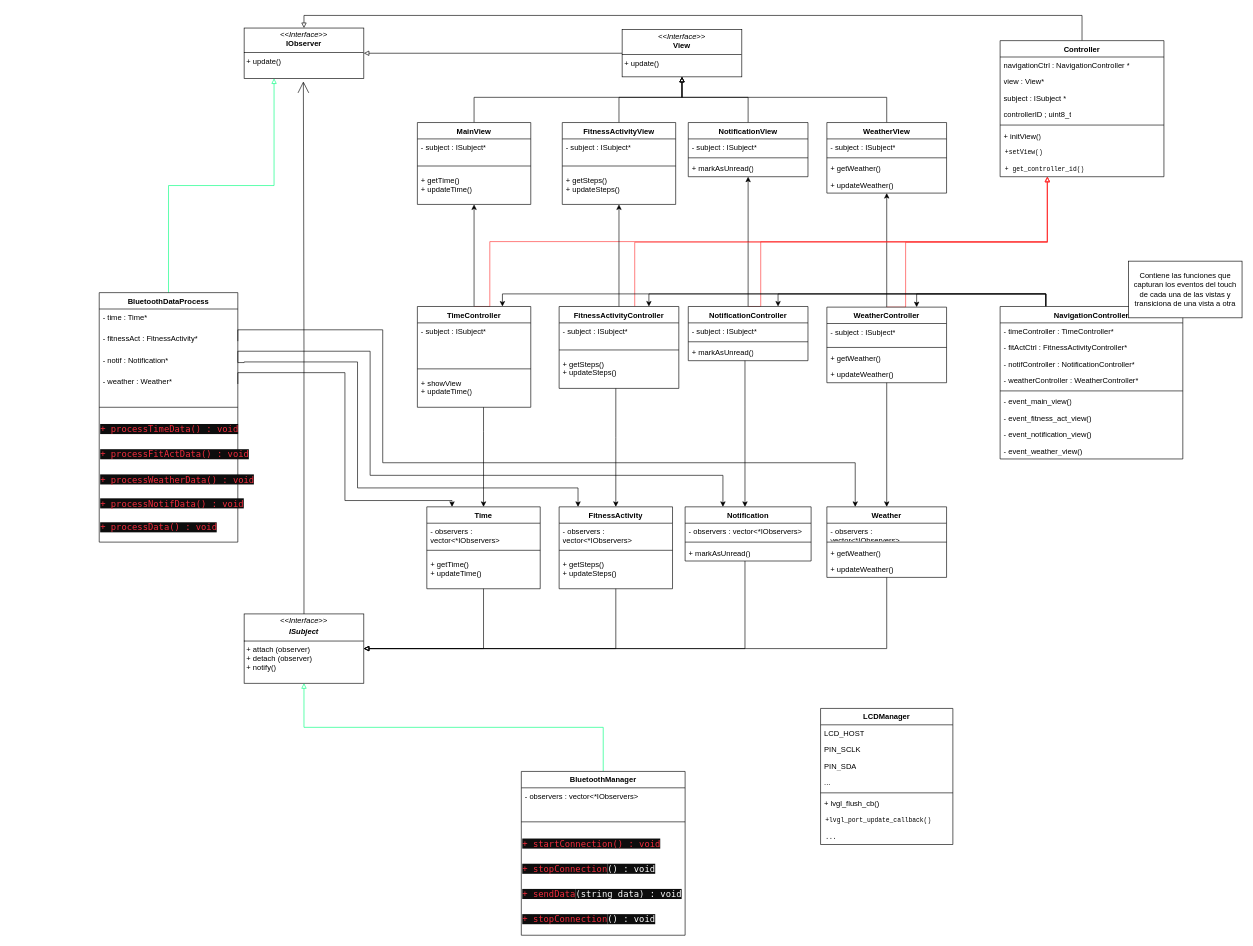
Earlier version of the draw.io diagram docs/class_diagram.drawio (aaron0990/SmartWatch). Source tidied: cells renumbered, new cells numbered last; positions are measured from the earlier drawing's top-left corner, leaving out a move shared by most shapes. Both pictures are drawn from the tidied source at 63%, with x=0, y=0 at pixel (99, 28).
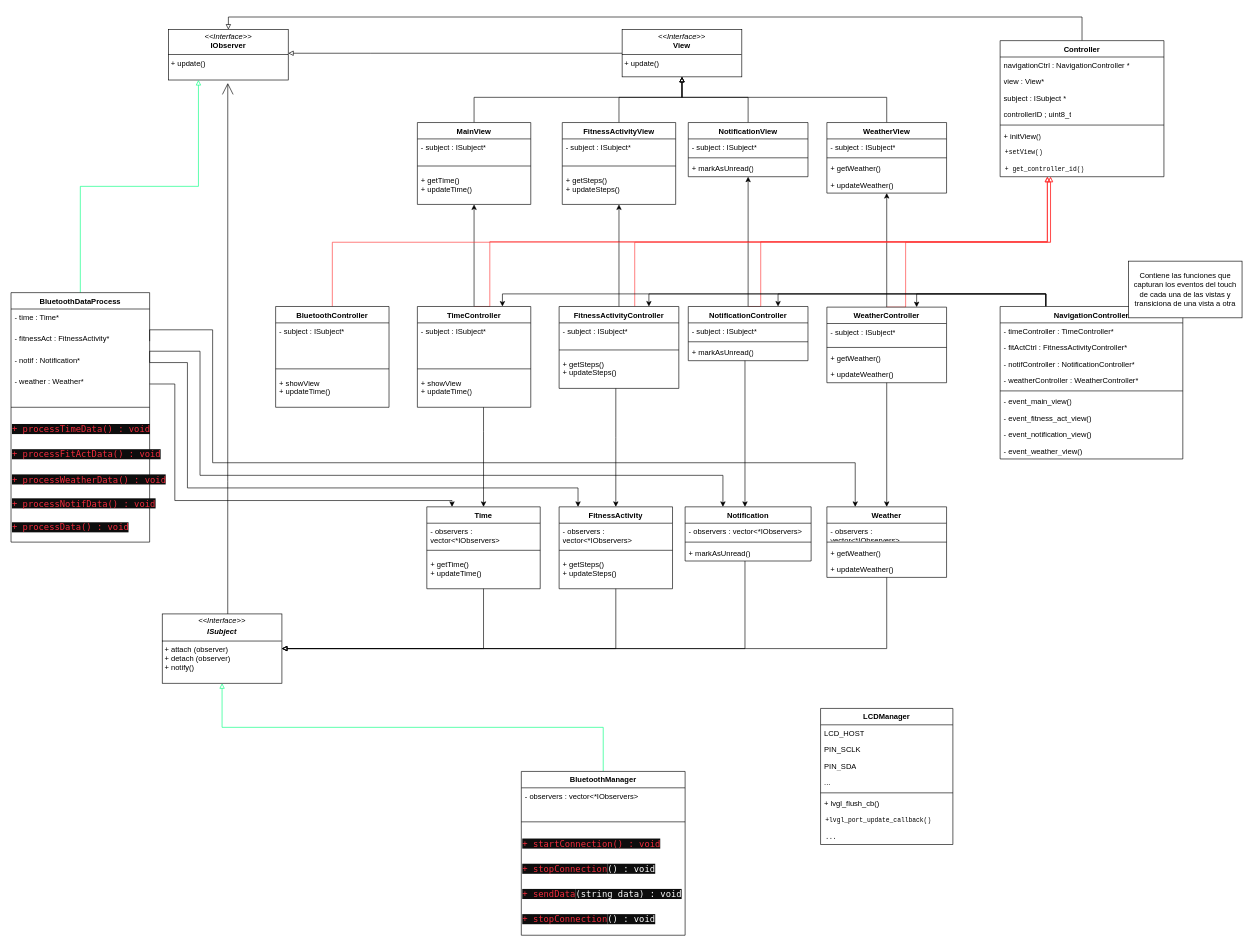
The same page after the edit.

The change refers to these unchanged cells:
```xml
<mxCell id="6" value="Time" style="swimlane;fontStyle=1;align=center;verticalAlign=top;horizontal=1;startSize=26;whiteSpace=wrap;html=1;" parent="1" vertex="1">
  <mxGeometry x="520" y="760" width="180" height="130" as="geometry" />
</mxCell>
<mxCell id="11" value="Weather" style="swimlane;fontStyle=1;align=center;verticalAlign=top;horizontal=1;startSize=26;whiteSpace=wrap;html=1;" parent="1" vertex="1">
  <mxGeometry x="1155" y="760" width="190" height="112" as="geometry" />
</mxCell>
<mxCell id="17" value="Notification" style="swimlane;fontStyle=1;align=center;verticalAlign=top;horizontal=1;startSize=26;whiteSpace=wrap;html=1;" parent="1" vertex="1">
  <mxGeometry x="930" y="760" width="200" height="86" as="geometry" />
</mxCell>
<mxCell id="22" value="FitnessActivity" style="swimlane;fontStyle=1;align=center;verticalAlign=top;horizontal=1;startSize=26;whiteSpace=wrap;html=1;" parent="1" vertex="1">
  <mxGeometry x="730" y="760" width="180" height="130" as="geometry" />
</mxCell>
<mxCell id="27" value="&lt;p style=&quot;margin:0px;margin-top:4px;text-align:center;&quot;&gt;&lt;i&gt;&amp;lt;&amp;lt;Interface&amp;gt;&amp;gt;&lt;/i&gt;&lt;br&gt;&lt;b&gt;View&lt;/b&gt;&lt;/p&gt;&lt;hr size=&quot;1&quot; style=&quot;border-style:solid;&quot;&gt;&lt;p style=&quot;margin:0px;margin-left:4px;&quot;&gt;&lt;span style=&quot;background-color: initial;&quot;&gt;+ update()&lt;/span&gt;&lt;br&gt;&lt;/p&gt;" style="verticalAlign=top;align=left;overflow=fill;html=1;whiteSpace=wrap;" parent="1" vertex="1">
  <mxGeometry x="830" y="2.5" width="190" height="75" as="geometry" />
</mxCell>
<mxCell id="74" value="FitnessActivityController" style="swimlane;fontStyle=1;align=center;verticalAlign=top;horizontal=1;startSize=26;whiteSpace=wrap;html=1;" parent="1" vertex="1">
  <mxGeometry x="730" y="442" width="190" height="130" as="geometry" />
</mxCell>
<mxCell id="81" value="- fitnessAct : FitnessActivity*" style="text;strokeColor=none;fillColor=none;align=left;verticalAlign=top;spacingLeft=4;spacingRight=4;overflow=hidden;points=[[0,0.5],[1,0.5]];portConstraint=eastwest;whiteSpace=wrap;html=1;" parent="79" vertex="1">
  <mxGeometry y="60" width="220" height="34" as="geometry" />
</mxCell>
<mxCell id="82" value="- notif : Notification*" style="text;strokeColor=none;fillColor=none;align=left;verticalAlign=top;spacingLeft=4;spacingRight=4;overflow=hidden;points=[[0,0.5],[1,0.5]];portConstraint=eastwest;whiteSpace=wrap;html=1;" parent="79" vertex="1">
  <mxGeometry y="94" width="220" height="34" as="geometry" />
</mxCell>
<mxCell id="83" value="- weather : Weather*" style="text;strokeColor=none;fillColor=none;align=left;verticalAlign=top;spacingLeft=4;spacingRight=4;overflow=hidden;points=[[0,0.5],[1,0.5]];portConstraint=eastwest;whiteSpace=wrap;html=1;" parent="79" vertex="1">
  <mxGeometry y="128" width="220" height="34" as="geometry" />
</mxCell>
<mxCell id="115" value="Controller" style="swimlane;fontStyle=1;align=center;verticalAlign=top;horizontal=1;startSize=26;whiteSpace=wrap;html=1;" parent="1" vertex="1">
  <mxGeometry x="1430" y="20" width="260" height="216" as="geometry" />
</mxCell>
```

Diff of the diagram source:
```diff
@@
     <mxCell id="2" value="&lt;p style=&quot;margin:0px;margin-top:4px;text-align:center;&quot;&gt;&lt;i&gt;&amp;lt;&amp;lt;Interface&amp;gt;&amp;gt;&lt;/i&gt;&lt;br&gt;&lt;b&gt;IObserver&lt;/b&gt;&lt;/p&gt;&lt;hr size=&quot;1&quot; style=&quot;border-style:solid;&quot;&gt;&lt;p style=&quot;margin:0px;margin-left:4px;&quot;&gt;&lt;span style=&quot;background-color: initial;&quot;&gt;+ update()&lt;/span&gt;&lt;br&gt;&lt;/p&gt;" style="verticalAlign=top;align=left;overflow=fill;html=1;whiteSpace=wrap;" parent="1" vertex="1">
-      <mxGeometry x="230" width="190" height="80" as="geometry" />
+      <mxGeometry x="110" y="2.5" width="190" height="80" as="geometry" />
     </mxCell>
     <mxCell id="3" value="&lt;p style=&quot;margin:0px;margin-top:4px;text-align:center;&quot;&gt;&lt;i&gt;&amp;lt;&amp;lt;Interface&amp;gt;&amp;gt;&lt;/i&gt;&lt;/p&gt;&lt;p style=&quot;margin:0px;margin-top:4px;text-align:center;&quot;&gt;&lt;i&gt;&lt;b&gt;ISubject&lt;/b&gt;&lt;/i&gt;&lt;/p&gt;&lt;hr size=&quot;1&quot; style=&quot;border-style:solid;&quot;&gt;&lt;p style=&quot;margin:0px;margin-left:4px;&quot;&gt;+ attach (observer)&lt;/p&gt;&lt;p style=&quot;margin:0px;margin-left:4px;&quot;&gt;+ detach (observer)&lt;/p&gt;&lt;p style=&quot;margin:0px;margin-left:4px;&quot;&gt;+ notify()&lt;/p&gt;" style="verticalAlign=top;align=left;overflow=fill;html=1;whiteSpace=wrap;" parent="1" vertex="1">
-      <mxGeometry x="230" y="930" width="190" height="110" as="geometry" />
+      <mxGeometry x="100" y="930" width="190" height="110" as="geometry" />
     </mxCell>
     <mxCell id="4" style="edgeStyle=orthogonalEdgeStyle;rounded=0;jettySize=auto;html=1;entryX=0.495;entryY=1.06;entryDx=0;entryDy=0;entryPerimeter=0;endArrow=open;endFill=0;strokeWidth=1;endSize=16;" parent="1" edge="1" source="3" target="2">
-      <mxGeometry relative="1" as="geometry" />
+      <mxGeometry relative="1" as="geometry">
+        <Array as="points">
+          <mxPoint x="204" y="720" />
+          <mxPoint x="204" y="720" />
+        </Array>
+      </mxGeometry>
     </mxCell>
@@
     <mxCell id="26" style="edgeStyle=orthogonalEdgeStyle;rounded=0;jettySize=auto;html=1;endArrow=block;endFill=0;" parent="1" edge="1" source="27" target="2">
-      <mxGeometry relative="1" as="geometry" />
+      <mxGeometry relative="1" as="geometry">
+        <Array as="points">
+          <mxPoint x="430" y="40" />
+          <mxPoint x="430" y="40" />
+        </Array>
+      </mxGeometry>
     </mxCell>
@@
     <mxCell id="73" style="edgeStyle=orthogonalEdgeStyle;rounded=0;jettySize=auto;html=1;endArrow=block;endFill=0;strokeColor=#FF3333;" parent="1" edge="1" source="74" target="115">
       <mxGeometry relative="1" as="geometry">
         <Array as="points">
           <mxPoint x="850" y="340" />
-          <mxPoint x="1505" y="340" />
+          <mxPoint x="1510" y="340" />
         </Array>
       </mxGeometry>
     </mxCell>
@@
     <mxCell id="79" value="BluetoothDataProcess" style="swimlane;fontStyle=1;align=center;verticalAlign=top;horizontal=1;startSize=26;whiteSpace=wrap;html=1;" parent="1" vertex="1">
-      <mxGeometry y="420" width="220" height="396" as="geometry" />
+      <mxGeometry x="-140" y="420" width="220" height="396" as="geometry" />
     </mxCell>
@@
     <mxCell id="132" style="edgeStyle=orthogonalEdgeStyle;rounded=0;jettySize=auto;html=1;exitX=1;exitY=0.5;exitDx=0;exitDy=0;" parent="1" edge="1" source="83" target="6">
       <mxGeometry relative="1" as="geometry">
         <Array as="points">
-          <mxPoint x="220" y="547" />
-          <mxPoint x="390" y="547" />
-          <mxPoint x="390" y="750" />
+          <mxPoint x="120" y="565" />
+          <mxPoint x="120" y="750" />
           <mxPoint x="560" y="750" />
         </Array>
       </mxGeometry>
     </mxCell>
     <mxCell id="133" style="edgeStyle=orthogonalEdgeStyle;rounded=0;jettySize=auto;html=1;exitX=1;exitY=0.5;exitDx=0;exitDy=0;" parent="1" edge="1" source="82" target="22">
       <mxGeometry relative="1" as="geometry">
         <Array as="points">
-          <mxPoint x="230" y="530" />
-          <mxPoint x="410" y="530" />
-          <mxPoint x="410" y="730" />
+          <mxPoint x="140" y="531" />
+          <mxPoint x="140" y="730" />
           <mxPoint x="760" y="730" />
         </Array>
       </mxGeometry>
     </mxCell>
     <mxCell id="134" style="edgeStyle=orthogonalEdgeStyle;rounded=0;jettySize=auto;html=1;exitX=1;exitY=0.5;exitDx=0;exitDy=0;" parent="1" edge="1" source="82" target="17">
       <mxGeometry relative="1" as="geometry">
         <Array as="points">
-          <mxPoint x="430" y="513" />
-          <mxPoint x="430" y="710" />
+          <mxPoint x="80" y="513" />
+          <mxPoint x="160" y="513" />
+          <mxPoint x="160" y="710" />
           <mxPoint x="990" y="710" />
         </Array>
       </mxGeometry>
     </mxCell>
     <mxCell id="135" style="edgeStyle=orthogonalEdgeStyle;rounded=0;jettySize=auto;html=1;exitX=1;exitY=0.5;exitDx=0;exitDy=0;" parent="1" edge="1" source="81" target="11">
       <mxGeometry relative="1" as="geometry">
         <Array as="points">
-          <mxPoint x="450" y="479" />
-          <mxPoint x="450" y="690" />
+          <mxPoint x="80" y="479" />
+          <mxPoint x="180" y="479" />
+          <mxPoint x="180" y="690" />
           <mxPoint x="1200" y="690" />
         </Array>
       </mxGeometry>
     </mxCell>
+    <mxCell id="136" style="edgeStyle=orthogonalEdgeStyle;rounded=0;jettySize=auto;html=1;strokeColor=#FF3333;endArrow=block;endFill=0;" parent="1" edge="1" source="137" target="115">
+      <mxGeometry relative="1" as="geometry">
+        <Array as="points">
+          <mxPoint x="370" y="340" />
+          <mxPoint x="1510" y="340" />
+        </Array>
+      </mxGeometry>
+    </mxCell>
+    <mxCell id="137" value="BluetoothController" style="swimlane;fontStyle=1;align=center;verticalAlign=top;horizontal=1;startSize=26;whiteSpace=wrap;html=1;" parent="1" vertex="1">
+      <mxGeometry x="280" y="442" width="180" height="160" as="geometry" />
+    </mxCell>
+    <mxCell id="138" value="- subject : ISubject*" style="text;strokeColor=none;fillColor=none;align=left;verticalAlign=top;spacingLeft=4;spacingRight=4;overflow=hidden;whiteSpace=wrap;html=1;" parent="137" vertex="1">
+      <mxGeometry y="26" width="180" height="64" as="geometry" />
+    </mxCell>
+    <mxCell id="139" style="line;strokeWidth=1;fillColor=none;align=left;verticalAlign=middle;spacingTop=-1;spacingLeft=3;spacingRight=3;labelPosition=right;strokeColor=inherit;" parent="137" vertex="1">
+      <mxGeometry y="90" width="180" height="18" as="geometry" />
+    </mxCell>
+    <mxCell id="140" value="+ showView&lt;div&gt;+ updateTime()&lt;/div&gt;&lt;div&gt;&lt;br&gt;&lt;/div&gt;" style="text;strokeColor=none;fillColor=none;align=left;verticalAlign=top;spacingLeft=4;spacingRight=4;overflow=hidden;whiteSpace=wrap;html=1;" parent="137" vertex="1">
+      <mxGeometry y="108" width="180" height="52" as="geometry" />
+    </mxCell>
```
